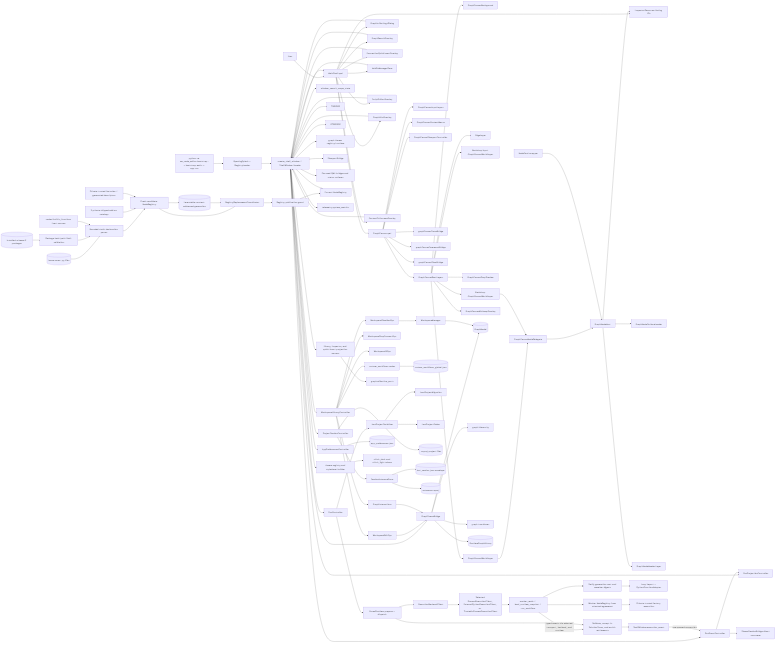
Earlier version of the Mermaid export docs/architecture_diagrams/component_map.png (emreatay993/EA_Node). Its source is kept beside it as docs/architecture_diagrams/component_map.mmd.
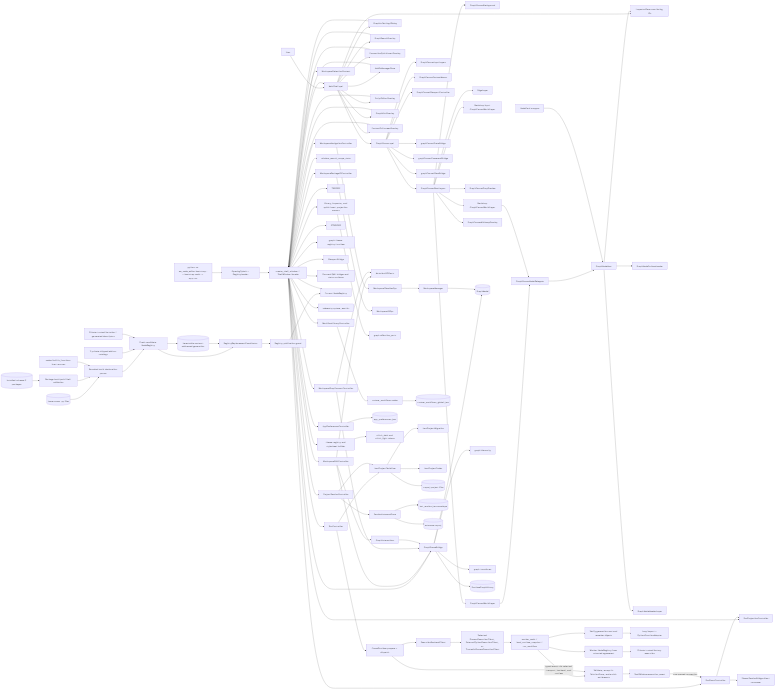
The same file after the commit.

Diff of the diagram source:
```diff
@@ -49,7 +49,12 @@
     SW --> RPROJ[RunProjectionController]
     SW --> REVENT[RunEventController]
     SW --> PSC[ProjectSessionController]
-    SW --> WLC[WorkspaceLibraryController]
+    SW --> WSEL[WorkspaceSelectionContext]
+    SW --> WNAV[WorkspaceNavigationController]
+    SW --> WEDIT[WorkspaceEditController]
+    SW --> WDROP[WorkspaceDropConnectController]
+    SW --> WFLOW[WorkflowLibraryController]
+    SW --> WPKG[WorkspacePackageIOController]
     SW --> SEARCH[window_search_scope_state]
     SW --> INSPECTOR_HELPERS[library, inspector, and quick-insert projection owners]
     SW --> TBRIDGE
@@ -66,19 +71,20 @@
     GS --> XFORM[graph.transforms]
     GS --> HIST[(RuntimeGraphHistory)]
 
-    WLC --> NAV[WorkspaceViewNavOps]
-    WLC --> EDIT[WorkspaceEditOps]
-    WLC --> DROP[WorkspaceDropConnectOps]
-    WLC --> IO[WorkspaceIOOps]
-    WLC --> GI[GraphInteractions]
+    WNAV --> NAV[WorkspaceViewNavOps]
+    WEDIT --> EFFECTS[MutationUiEffects]
+    WDROP --> EFFECTS
+    WEDIT --> GI[GraphInteractions]
+    WPKG --> IO[WorkspaceIOOps]
     INSPECTOR_HELPERS --> EFFECTIVE[graph.effective_ports]
 
-    EDIT --> GS
+    WEDIT --> GS
+    WDROP --> GS
     GI --> GS
     NAV --> WM[WorkspaceManager]
     WM --> GR
 
-    WLC --> CWF[custom_workflows codec]
+    WFLOW --> CWF[custom_workflows codec]
     CWF --> GCWF[(custom_workflows_global.json)]
 
     APC --> APPPREF[(app_preferences.json)]
```
